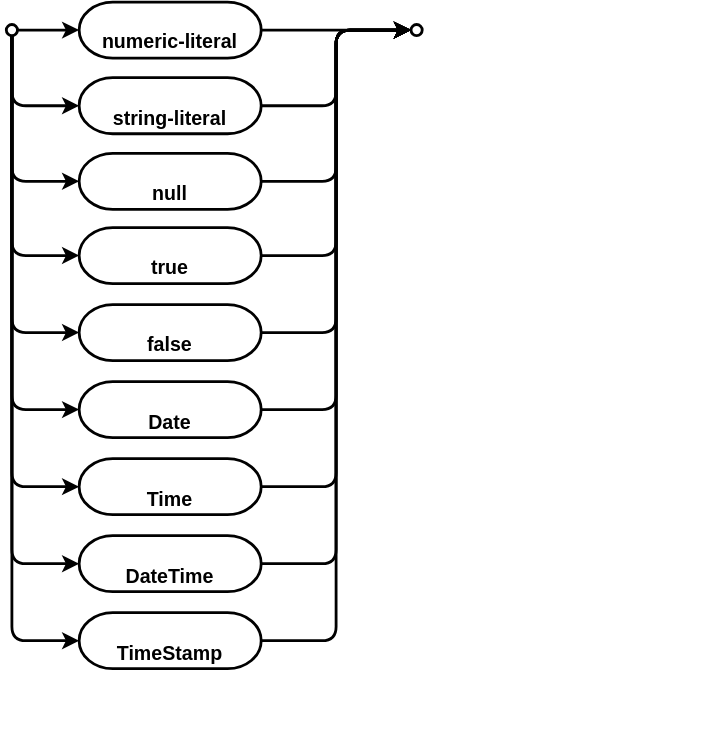
Before: cds/assets/cxl/literal-value.drawio.svg, a diagram exported from draw.io (capire/docs). Source tidied: cells renumbered, new cells last; positions are measured from the earlier drawing's top-left corner, leaving out a move shared by most shapes.
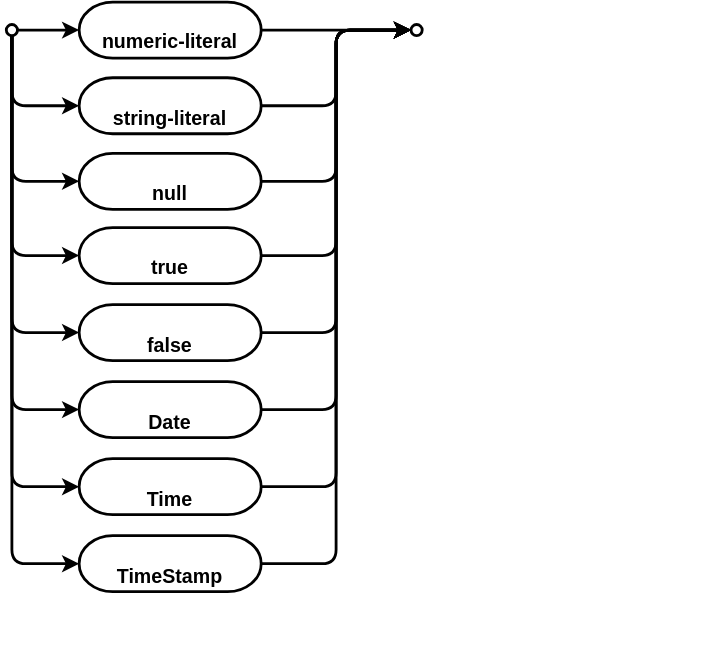
Later version of the same file.

Commit message:
chore: DateTime is not a literal

The edit, as a diff of the source:
```diff
@@ -3,7 +3,7 @@
     <mxCell id="0" />
     <mxCell id="1" parent="0" />
     <mxCell id="2" value="Best viewed with the &lt;a href=&quot;https://github.com/ariel-bentu/tam-drawio&quot;&gt;TAM plugin&lt;/a&gt;" style="text;html=1;shape=tamPluginMissing;" parent="1" vertex="1">
-      <mxGeometry x="303" y="506" width="200" height="25" as="geometry" />
+      <mxGeometry x="303" y="451" width="200" height="25" as="geometry" />
     </mxCell>
     <mxCell id="3" style="edgeStyle=none;strokeWidth=2;fontSize=14;verticalAlign=bottom;fontStyle=1;textDirection=ltr;entryX=0;entryY=0.5;entryDx=0;entryDy=0;" parent="1" edge="1" source="4" target="11">
       <mxGeometry relative="1" as="geometry" />
@@ -66,29 +66,20 @@
     <mxCell id="21" value="Time" style="align=center;newEdgeStyle={&quot;edgeStyle&quot;:&quot;entityRelationEdgeStyle&quot;,&quot;startArrow&quot;:&quot;none&quot;,&quot;endArrow&quot;:&quot;none&quot;,&quot;segment&quot;:10,&quot;curved&quot;:1,&quot;sourcePerimeterSpacing&quot;:0,&quot;targetPerimeterSpacing&quot;:0};strokeWidth=2;fontSize=14;verticalAlign=bottom;fontStyle=1;textDirection=ltr;rounded=1;whiteSpace=wrap;html=1;arcSize=60;" parent="1" vertex="1">
       <mxGeometry x="52" y="326" width="130" height="40" as="geometry" />
     </mxCell>
-    <mxCell id="22" value="DateTime" style="align=center;newEdgeStyle={&quot;edgeStyle&quot;:&quot;entityRelationEdgeStyle&quot;,&quot;startArrow&quot;:&quot;none&quot;,&quot;endArrow&quot;:&quot;none&quot;,&quot;segment&quot;:10,&quot;curved&quot;:1,&quot;sourcePerimeterSpacing&quot;:0,&quot;targetPerimeterSpacing&quot;:0};strokeWidth=2;fontSize=14;verticalAlign=bottom;fontStyle=1;textDirection=ltr;rounded=1;whiteSpace=wrap;html=1;arcSize=60;" parent="1" vertex="1">
-      <mxGeometry x="52" y="381" width="130" height="40" as="geometry" />
-    </mxCell>
     <mxCell id="23" style="edgeStyle=orthogonalEdgeStyle;rounded=1;jettySize=auto;html=1;exitX=0.5;exitY=1;exitDx=0;exitDy=0;entryX=0;entryY=0.5;entryDx=0;entryDy=0;startArrow=none;startFill=0;endArrow=classic;endFill=1;startSize=6;endSize=6;align=center;fontSize=12;labelBackgroundColor=none;strokeWidth=2;verticalAlign=bottom;" parent="1" edge="1" source="4" target="20">
       <mxGeometry relative="1" as="geometry" />
     </mxCell>
     <mxCell id="24" style="edgeStyle=orthogonalEdgeStyle;rounded=1;jettySize=auto;html=1;exitX=0.5;exitY=1;exitDx=0;exitDy=0;entryX=0;entryY=0.5;entryDx=0;entryDy=0;startArrow=none;startFill=0;endArrow=classic;endFill=1;startSize=6;endSize=6;align=center;fontSize=12;labelBackgroundColor=none;strokeWidth=2;verticalAlign=bottom;" parent="1" edge="1" source="4" target="21">
       <mxGeometry relative="1" as="geometry" />
     </mxCell>
-    <mxCell id="25" style="edgeStyle=orthogonalEdgeStyle;rounded=1;jettySize=auto;html=1;exitX=0.5;exitY=1;exitDx=0;exitDy=0;entryX=0;entryY=0.5;entryDx=0;entryDy=0;startArrow=none;startFill=0;endArrow=classic;endFill=1;startSize=6;endSize=6;align=center;fontSize=12;labelBackgroundColor=none;strokeWidth=2;verticalAlign=bottom;" parent="1" edge="1" source="4" target="22">
-      <mxGeometry relative="1" as="geometry" />
-    </mxCell>
     <mxCell id="26" style="edgeStyle=orthogonalEdgeStyle;rounded=1;jettySize=auto;html=1;exitX=1;exitY=0.5;exitDx=0;exitDy=0;entryX=0;entryY=0.5;entryDx=0;entryDy=0;startArrow=none;startFill=0;endArrow=classic;endFill=1;startSize=6;endSize=6;align=center;fontSize=12;labelBackgroundColor=none;strokeWidth=2;verticalAlign=bottom;" parent="1" edge="1" source="20" target="6">
       <mxGeometry relative="1" as="geometry" />
     </mxCell>
     <mxCell id="27" style="edgeStyle=orthogonalEdgeStyle;rounded=1;jettySize=auto;html=1;exitX=1;exitY=0.5;exitDx=0;exitDy=0;entryX=0;entryY=0.5;entryDx=0;entryDy=0;startArrow=none;startFill=0;endArrow=classic;endFill=1;startSize=6;endSize=6;align=center;fontSize=12;labelBackgroundColor=none;strokeWidth=2;verticalAlign=bottom;" parent="1" edge="1" source="21" target="6">
       <mxGeometry relative="1" as="geometry" />
     </mxCell>
-    <mxCell id="28" style="edgeStyle=orthogonalEdgeStyle;rounded=1;jettySize=auto;html=1;exitX=1;exitY=0.5;exitDx=0;exitDy=0;entryX=0;entryY=0.5;entryDx=0;entryDy=0;startArrow=none;startFill=0;endArrow=classic;endFill=1;startSize=6;endSize=6;align=center;fontSize=12;labelBackgroundColor=none;strokeWidth=2;verticalAlign=bottom;" parent="1" edge="1" source="22" target="6">
-      <mxGeometry relative="1" as="geometry" />
-    </mxCell>
     <mxCell id="29" value="TimeStamp" style="align=center;newEdgeStyle={&quot;edgeStyle&quot;:&quot;entityRelationEdgeStyle&quot;,&quot;startArrow&quot;:&quot;none&quot;,&quot;endArrow&quot;:&quot;none&quot;,&quot;segment&quot;:10,&quot;curved&quot;:1,&quot;sourcePerimeterSpacing&quot;:0,&quot;targetPerimeterSpacing&quot;:0};strokeWidth=2;fontSize=14;verticalAlign=bottom;fontStyle=1;textDirection=ltr;rounded=1;whiteSpace=wrap;html=1;arcSize=60;" parent="1" vertex="1">
-      <mxGeometry x="52" y="436" width="130" height="40" as="geometry" />
+      <mxGeometry x="52" y="381" width="130" height="40" as="geometry" />
     </mxCell>
     <mxCell id="30" style="edgeStyle=orthogonalEdgeStyle;rounded=1;jettySize=auto;html=1;exitX=0.5;exitY=1;exitDx=0;exitDy=0;entryX=0;entryY=0.5;entryDx=0;entryDy=0;startArrow=none;startFill=0;endArrow=classic;endFill=1;startSize=6;endSize=6;align=center;fontSize=12;labelBackgroundColor=none;strokeWidth=2;verticalAlign=bottom;" parent="1" edge="1" source="4" target="29">
       <mxGeometry relative="1" as="geometry" />
```
